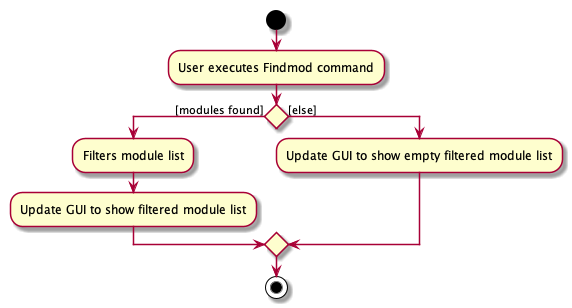
Earlier version of the PlantUML export docs/images/FindmodActivityDiagram.png (nus-cs2103-AY2021S1/tp). Source of this version:
```plantuml
@startuml
start
:User executes Findmod command;


if () then ([modules found])
    :Filters module list;
    :Update GUI to show filtered module list;
else ([else])
    :Update GUI to show empty filtered module list;
endif
stop
@enduml
```
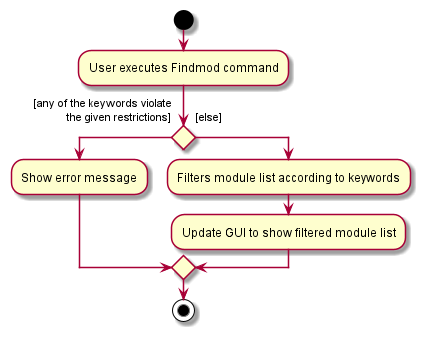
The same diagram one commit later.

Diff of the diagram source:
```diff
@@ -3,11 +3,14 @@
 :User executes Findmod command;
 
 
-if () then ([modules found])
-    :Filters module list;
+if () then ([any of the keywords violate
+           the given restrictions]
+)
+:Show error message;
+else ([else]
+)
+    :Filters module list according to keywords;
     :Update GUI to show filtered module list;
-else ([else])
-    :Update GUI to show empty filtered module list;
 endif
 stop
 @enduml
```
